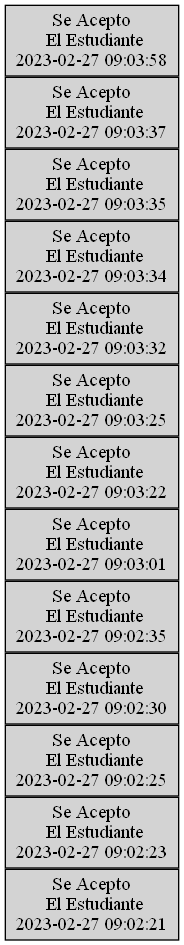
The Graphviz diagram EDD_Proyecto1_Fase1/Reportes/PilaAdmin.png in walterjav19/EDD_1S2023_PY_202111718, before a commit. Its source is kept beside it as EDD_Proyecto1_Fase1/Grafics/PilaAdmin.dot.
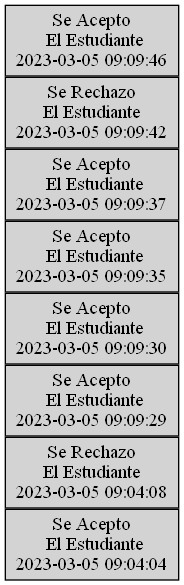
The same diagram one commit later.

Diff of the diagram source:
```diff
@@ -4,41 +4,26 @@
 nodesep=0;
 n0 [label="Se Acepto
  El Estudiante
-2023-02-27 09:02:21"];
-n1 [label="Se Acepto
- El Estudiante
-2023-02-27 09:02:23"];
+2023-03-05 09:04:04"];
+n1 [label="Se Rechazo
+El Estudiante
+2023-03-05 09:04:08"];
 n2 [label="Se Acepto
  El Estudiante
-2023-02-27 09:02:25"];
+2023-03-05 09:09:29"];
 n3 [label="Se Acepto
  El Estudiante
-2023-02-27 09:02:30"];
+2023-03-05 09:09:30"];
 n4 [label="Se Acepto
  El Estudiante
-2023-02-27 09:02:35"];
+2023-03-05 09:09:35"];
 n5 [label="Se Acepto
  El Estudiante
-2023-02-27 09:03:01"];
-n6 [label="Se Acepto
- El Estudiante
-2023-02-27 09:03:22"];
+2023-03-05 09:09:37"];
+n6 [label="Se Rechazo
+El Estudiante
+2023-03-05 09:09:42"];
 n7 [label="Se Acepto
  El Estudiante
-2023-02-27 09:03:25"];
-n8 [label="Se Acepto
- El Estudiante
-2023-02-27 09:03:32"];
-n9 [label="Se Acepto
- El Estudiante
-2023-02-27 09:03:34"];
-n10 [label="Se Acepto
- El Estudiante
-2023-02-27 09:03:35"];
-n11 [label="Se Acepto
- El Estudiante
-2023-02-27 09:03:37"];
-n12 [label="Se Acepto
- El Estudiante
-2023-02-27 09:03:58"];
+2023-03-05 09:09:46"];
 }
```
